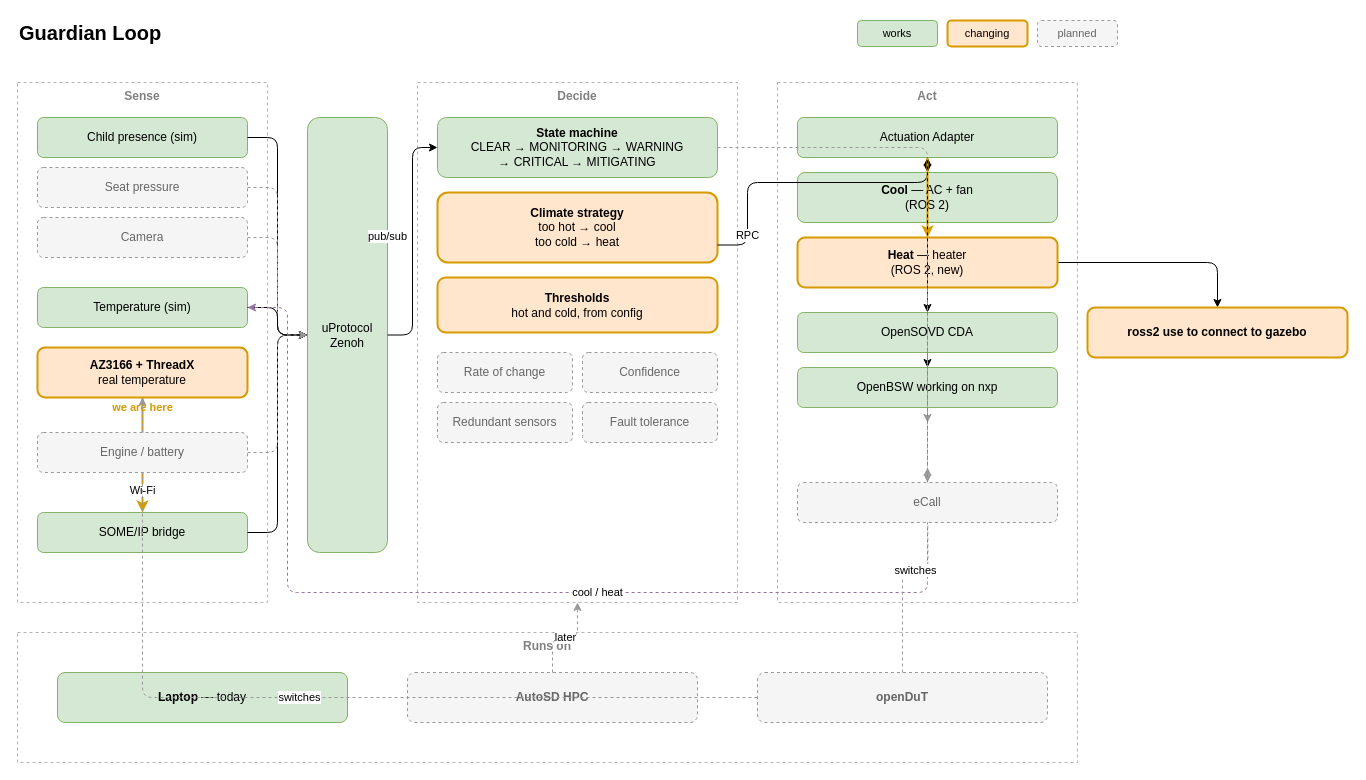
Above: docs/structure.drawio in Eclipse-SDV-Hackathon-Chapter-Four/Bare-Metal-Mafia (draw.io), before the change. Source tidied: cells renumbered, new cells numbered last; positions are measured from the earlier drawing's top-left corner, leaving out a move shared by most shapes. Both pictures are drawn from the tidied source at 100%, with x=0, y=0 at pixel (17, 17).
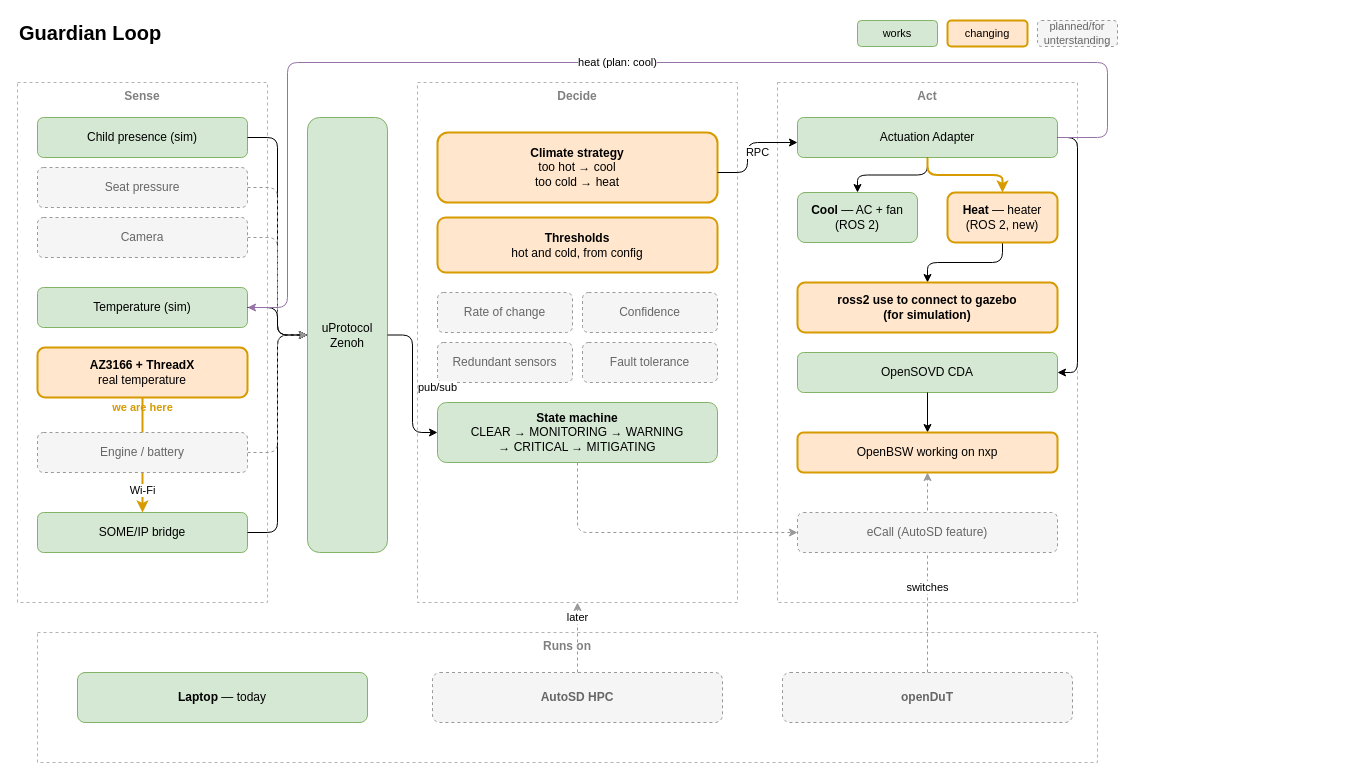
Above is the later version.

Unchanged cells that the change refers to:
```xml
<mxCell id="7" value="Decide" style="rounded=0;whiteSpace=wrap;html=1;fillColor=none;strokeColor=#b3b3b3;dashed=1;verticalAlign=top;fontStyle=1;fontColor=#808080;" parent="1" vertex="1">
  <mxGeometry x="400" y="65" width="320" height="520" as="geometry" />
</mxCell>
<mxCell id="13" value="Temperature (sim)" style="rounded=1;whiteSpace=wrap;html=1;fillColor=#d5e8d4;strokeColor=#82b366;" parent="1" vertex="1">
  <mxGeometry x="20" y="270" width="210" height="40" as="geometry" />
</mxCell>
<mxCell id="14" value="&lt;b&gt;AZ3166 + ThreadX&lt;/b&gt;&lt;br&gt;real temperature" style="rounded=1;whiteSpace=wrap;html=1;fillColor=#ffe6cc;strokeColor=#d79b00;strokeWidth=2;" parent="1" vertex="1">
  <mxGeometry x="20" y="330" width="210" height="50" as="geometry" />
</mxCell>
<mxCell id="25" value="Actuation Adapter" style="rounded=1;whiteSpace=wrap;html=1;fillColor=#d5e8d4;strokeColor=#82b366;" parent="1" vertex="1">
  <mxGeometry x="780" y="100" width="260" height="40" as="geometry" />
</mxCell>
```

What changed in the source:
```diff
@@
-    <mxCell id="5" value="planned" style="rounded=1;whiteSpace=wrap;html=1;fillColor=#f5f5f5;strokeColor=#999999;dashed=1;fontColor=#666666;fontSize=11;" parent="1" vertex="1">
+    <mxCell id="5" value="planned/for unterstanding" style="rounded=1;whiteSpace=wrap;html=1;fillColor=#f5f5f5;strokeColor=#999999;dashed=1;fontColor=#666666;fontSize=11;" parent="1" vertex="1">
       <mxGeometry x="1020" y="3" width="80" height="26" as="geometry" />
     </mxCell>
@@
     <mxCell id="9" value="Runs on" style="rounded=0;whiteSpace=wrap;html=1;fillColor=none;strokeColor=#b3b3b3;dashed=1;verticalAlign=top;fontStyle=1;fontColor=#808080;" parent="1" vertex="1">
-      <mxGeometry y="615" width="1060" height="130" as="geometry" />
+      <mxGeometry x="20" y="615" width="1060" height="130" as="geometry" />
     </mxCell>
@@
     <mxCell id="18" value="&lt;b&gt;State machine&lt;/b&gt;&lt;br&gt;CLEAR → MONITORING → WARNING&lt;br&gt;→ CRITICAL → MITIGATING" style="rounded=1;whiteSpace=wrap;html=1;fillColor=#d5e8d4;strokeColor=#82b366;" parent="1" vertex="1">
-      <mxGeometry x="420" y="100" width="280" height="60" as="geometry" />
+      <mxGeometry x="420" y="385" width="280" height="60" as="geometry" />
     </mxCell>
     <mxCell id="19" value="&lt;b&gt;Climate strategy&lt;/b&gt;&lt;br&gt;too hot → cool&lt;br&gt;too cold → heat" style="rounded=1;whiteSpace=wrap;html=1;fillColor=#ffe6cc;strokeColor=#d79b00;strokeWidth=2;" parent="1" vertex="1">
-      <mxGeometry x="420" y="175" width="280" height="70" as="geometry" />
+      <mxGeometry x="420" y="115" width="280" height="70" as="geometry" />
     </mxCell>
     <mxCell id="20" value="&lt;b&gt;Thresholds&lt;/b&gt;&lt;br&gt;hot and cold, from config" style="rounded=1;whiteSpace=wrap;html=1;fillColor=#ffe6cc;strokeColor=#d79b00;strokeWidth=2;" parent="1" vertex="1">
-      <mxGeometry x="420" y="260" width="280" height="55" as="geometry" />
+      <mxGeometry x="420" y="200" width="280" height="55" as="geometry" />
     </mxCell>
     <mxCell id="21" value="Rate of change" style="rounded=1;whiteSpace=wrap;html=1;fillColor=#f5f5f5;strokeColor=#999999;dashed=1;fontColor=#666666;" parent="1" vertex="1">
-      <mxGeometry x="420" y="335" width="135" height="40" as="geometry" />
+      <mxGeometry x="420" y="275" width="135" height="40" as="geometry" />
     </mxCell>
     <mxCell id="22" value="Confidence" style="rounded=1;whiteSpace=wrap;html=1;fillColor=#f5f5f5;strokeColor=#999999;dashed=1;fontColor=#666666;" parent="1" vertex="1">
-      <mxGeometry x="565" y="335" width="135" height="40" as="geometry" />
+      <mxGeometry x="565" y="275" width="135" height="40" as="geometry" />
     </mxCell>
     <mxCell id="23" value="Redundant sensors" style="rounded=1;whiteSpace=wrap;html=1;fillColor=#f5f5f5;strokeColor=#999999;dashed=1;fontColor=#666666;" parent="1" vertex="1">
-      <mxGeometry x="420" y="385" width="135" height="40" as="geometry" />
+      <mxGeometry x="420" y="325" width="135" height="40" as="geometry" />
     </mxCell>
     <mxCell id="24" value="Fault tolerance" style="rounded=1;whiteSpace=wrap;html=1;fillColor=#f5f5f5;strokeColor=#999999;dashed=1;fontColor=#666666;" parent="1" vertex="1">
-      <mxGeometry x="565" y="385" width="135" height="40" as="geometry" />
+      <mxGeometry x="565" y="325" width="135" height="40" as="geometry" />
     </mxCell>
@@
     <mxCell id="26" value="&lt;b&gt;Cool&lt;/b&gt; — AC + fan&lt;br&gt;(ROS 2)" style="rounded=1;whiteSpace=wrap;html=1;fillColor=#d5e8d4;strokeColor=#82b366;" parent="1" vertex="1">
-      <mxGeometry x="780" y="155" width="260" height="50" as="geometry" />
+      <mxGeometry x="780" y="175" width="120" height="50" as="geometry" />
     </mxCell>
-    <mxCell id="27" style="edgeStyle=none;html=1;" parent="1" edge="1" source="28" target="55">
-      <mxGeometry relative="1" as="geometry">
-        <Array as="points">
-          <mxPoint x="1200" y="245" />
-        </Array>
-      </mxGeometry>
+    <mxCell id="27" style="edgeStyle=orthogonalEdgeStyle;html=1;" parent="1" edge="1" source="28" target="55">
+      <mxGeometry relative="1" as="geometry" />
     </mxCell>
     <mxCell id="28" value="&lt;b&gt;Heat&lt;/b&gt; — heater&lt;br&gt;(ROS 2, new)" style="rounded=1;whiteSpace=wrap;html=1;fillColor=#ffe6cc;strokeColor=#d79b00;strokeWidth=2;" parent="1" vertex="1">
-      <mxGeometry x="780" y="220" width="260" height="50" as="geometry" />
+      <mxGeometry x="930" y="175" width="110" height="50" as="geometry" />
     </mxCell>
     <mxCell id="29" value="OpenSOVD CDA" style="rounded=1;whiteSpace=wrap;html=1;fillColor=#d5e8d4;strokeColor=#82b366;" parent="1" vertex="1">
-      <mxGeometry x="780" y="295" width="260" height="40" as="geometry" />
+      <mxGeometry x="780" y="335" width="260" height="40" as="geometry" />
     </mxCell>
-    <mxCell id="30" value="OpenBSW working on nxp" style="rounded=1;whiteSpace=wrap;html=1;fillColor=#d5e8d4;strokeColor=#82b366;" parent="1" vertex="1">
-      <mxGeometry x="780" y="350" width="260" height="40" as="geometry" />
-    </mxCell>
     <mxCell id="31" value="&lt;b&gt;Laptop&lt;/b&gt; — today" style="rounded=1;whiteSpace=wrap;html=1;fillColor=#d5e8d4;strokeColor=#82b366;" parent="1" vertex="1">
-      <mxGeometry x="40" y="655" width="290" height="50" as="geometry" />
+      <mxGeometry x="60" y="655" width="290" height="50" as="geometry" />
     </mxCell>
     <mxCell id="32" value="&lt;b&gt;AutoSD HPC&lt;/b&gt;" style="rounded=1;whiteSpace=wrap;html=1;fillColor=#f5f5f5;strokeColor=#999999;dashed=1;fontColor=#666666;" parent="1" vertex="1">
-      <mxGeometry x="390" y="655" width="290" height="50" as="geometry" />
+      <mxGeometry x="415" y="655" width="290" height="50" as="geometry" />
     </mxCell>
     <mxCell id="33" value="&lt;b&gt;openDuT&lt;/b&gt;" style="rounded=1;whiteSpace=wrap;html=1;fillColor=#f5f5f5;strokeColor=#999999;dashed=1;fontColor=#666666;" parent="1" vertex="1">
-      <mxGeometry x="740" y="655" width="290" height="50" as="geometry" />
+      <mxGeometry x="765" y="655" width="290" height="50" as="geometry" />
     </mxCell>
@@
     <mxCell id="42" value="RPC" style="edgeStyle=orthogonalEdgeStyle;rounded=1;html=1;" parent="1" edge="1" source="19" target="25">
-      <mxGeometry x="-0.73" relative="1" as="geometry">
+      <mxGeometry x="0.27" y="-10" relative="1" as="geometry">
         <Array as="points">
-          <mxPoint x="730" y="227.5" />
-          <mxPoint x="730" y="165" />
-          <mxPoint x="910" y="165" />
+          <mxPoint x="730" y="155" />
+          <mxPoint x="730" y="125" />
         </Array>
       </mxGeometry>
     </mxCell>
@@
     <mxCell id="45" style="edgeStyle=orthogonalEdgeStyle;rounded=1;html=1;" parent="1" edge="1" source="25" target="29">
-      <mxGeometry relative="1" as="geometry" />
+      <mxGeometry relative="1" as="geometry">
+        <Array as="points">
+          <mxPoint x="1060" y="120" />
+          <mxPoint x="1060" y="355" />
+        </Array>
+      </mxGeometry>
     </mxCell>
-    <mxCell id="46" style="edgeStyle=orthogonalEdgeStyle;rounded=1;html=1;" parent="1" edge="1" source="29" target="30">
+    <mxCell id="46" style="edgeStyle=orthogonalEdgeStyle;rounded=1;html=1;entryX=0.5;entryY=0;entryDx=0;entryDy=0;" parent="1" edge="1" source="29" target="30">
       <mxGeometry relative="1" as="geometry" />
     </mxCell>
-    <mxCell id="47" style="edgeStyle=orthogonalEdgeStyle;rounded=1;html=1;dashed=1;strokeColor=#999999;" parent="1" edge="1" source="29">
-      <mxGeometry relative="1" as="geometry">
-        <mxPoint x="910" y="405" as="targetPoint" />
-      </mxGeometry>
-    </mxCell>
     <mxCell id="48" style="edgeStyle=orthogonalEdgeStyle;rounded=1;html=1;dashed=1;strokeColor=#999999;" parent="1" edge="1" source="18" target="54">
-      <mxGeometry relative="1" as="geometry" />
+      <mxGeometry relative="1" as="geometry">
+        <Array as="points">
+          <mxPoint x="560" y="515" />
+        </Array>
+      </mxGeometry>
     </mxCell>
-    <mxCell id="49" value="cool / heat" style="edgeStyle=orthogonalEdgeStyle;rounded=1;html=1;dashed=1;strokeColor=#9673a6;exitX=0.5;exitY=1;exitDx=0;exitDy=0;entryX=1;entryY=0.5;entryDx=0;entryDy=0;" parent="1" edge="1" source="28" target="13">
+    <mxCell id="49" value="heat (plan: cool)" style="edgeStyle=orthogonalEdgeStyle;rounded=1;html=1;strokeColor=#9673a6;entryX=1;entryY=0.5;entryDx=0;entryDy=0;" parent="1" edge="1" source="25" target="13">
       <mxGeometry relative="1" as="geometry">
         <Array as="points">
-          <mxPoint x="910" y="575" />
-          <mxPoint x="270" y="575" />
+          <mxPoint x="1090" y="120" />
+          <mxPoint x="1090" y="45" />
+          <mxPoint x="270" y="45" />
           <mxPoint x="270" y="290" />
         </Array>
       </mxGeometry>
     </mxCell>
-    <mxCell id="50" value="switches" style="edgeStyle=orthogonalEdgeStyle;rounded=1;html=1;dashed=1;strokeColor=#999999;" parent="1" edge="1" source="33" target="14">
-      <mxGeometry relative="1" as="geometry" />
-    </mxCell>
-    <mxCell id="51" value="switches" style="edgeStyle=orthogonalEdgeStyle;rounded=1;html=1;dashed=1;strokeColor=#999999;" parent="1" edge="1" source="33">
-      <mxGeometry relative="1" as="geometry">
-        <mxPoint x="910" y="450" as="targetPoint" />
-      </mxGeometry>
+    <mxCell id="51" value="switches" style="edgeStyle=orthogonalEdgeStyle;rounded=1;html=1;dashed=1;strokeColor=#999999;" parent="1" edge="1" source="33" target="30">
+      <mxGeometry x="-0.15" relative="1" as="geometry" />
     </mxCell>
     <mxCell id="52" value="later" style="edgeStyle=orthogonalEdgeStyle;rounded=1;html=1;dashed=1;strokeColor=#999999;" parent="1" edge="1" source="32" target="7">
-      <mxGeometry relative="1" as="geometry" />
+      <mxGeometry x="0.58" relative="1" as="geometry" />
     </mxCell>
@@
-    <mxCell id="54" value="eCall" style="rounded=1;whiteSpace=wrap;html=1;fillColor=#f5f5f5;strokeColor=#999999;dashed=1;fontColor=#666666;" parent="1" vertex="1">
-      <mxGeometry x="780" y="465" width="260" height="40" as="geometry" />
+    <mxCell id="54" value="eCall (AutoSD feature)" style="rounded=1;whiteSpace=wrap;html=1;fillColor=#f5f5f5;strokeColor=#999999;dashed=1;fontColor=#666666;" parent="1" vertex="1">
+      <mxGeometry x="780" y="495" width="260" height="40" as="geometry" />
     </mxCell>
-    <mxCell id="55" value="&lt;b&gt;ross2 use to connect to gazebo&lt;/b&gt;" style="rounded=1;whiteSpace=wrap;html=1;fillColor=#ffe6cc;strokeColor=#d79b00;strokeWidth=2;" parent="1" vertex="1">
-      <mxGeometry x="1070" y="290" width="260" height="50" as="geometry" />
+    <mxCell id="55" value="&lt;b&gt;ross2 use to connect to gazebo&lt;/b&gt;&lt;div&gt;&lt;b&gt;(for simulation)&lt;/b&gt;&lt;/div&gt;" style="rounded=1;whiteSpace=wrap;html=1;fillColor=#ffe6cc;strokeColor=#d79b00;strokeWidth=2;" parent="1" vertex="1">
+      <mxGeometry x="780" y="265" width="260" height="50" as="geometry" />
     </mxCell>
+    <mxCell id="30" value="&lt;span style=&quot;color: rgb(0, 0, 0);&quot;&gt;OpenBSW working on nxp&lt;/span&gt;" style="rounded=1;whiteSpace=wrap;html=1;fillColor=#ffe6cc;strokeColor=#d79b00;strokeWidth=2;" parent="1" vertex="1">
+      <mxGeometry x="780" y="415" width="260" height="40" as="geometry" />
+    </mxCell>
```
